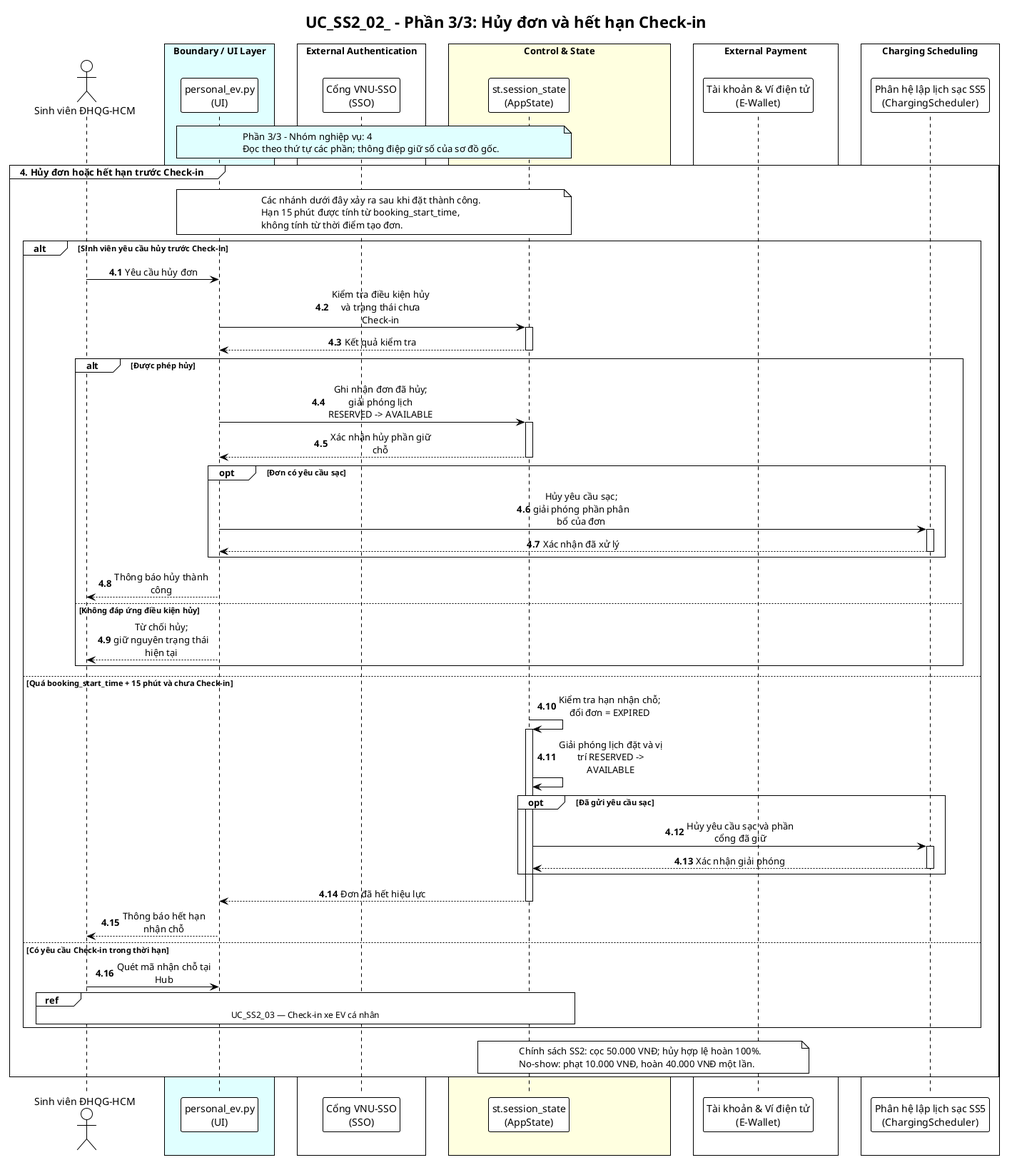
This is docs/diagrams/Use-case detail-scenario/SS2/Sequence diagrams/UC_SS2_02_NguyenAnhTai_sequence_p3.png from Dat-nguyen195/BTL_1_CNPM, a PlantUML export, as it was before one commit. Its diagram source:
```plantuml
@startuml UC_SS2_02_NguyenAnhTai_sequence_p3
!pragma layout smetana
!theme plain
skinparam sequenceMessageAlign center
skinparam maxMessageSize 150
skinparam BoxPadding 10

title "UC_SS2_02_ - Phần 3/3: Hủy đơn và hết hạn Check-in"


actor "Sinh viên ĐHQG-HCM" as Student
box "Boundary / UI Layer" #LightCyan
participant "personal_ev.py\n(UI)" as UI
end box
box "External Authentication" #White
participant "Cổng VNU-SSO\n(SSO)" as SSO
end box
box "Control & State" #LightYellow
participant "st.session_state\n(AppState)" as AppState
end box
box "External Payment" #White
participant "Tài khoản & Ví điện tử\n(E-Wallet)" as EWallet
end box
box "Charging Scheduling" #White
participant "Phân hệ lập lịch sạc SS5\n(ChargingScheduler)" as Scheduler
end box


note over UI, AppState #LightCyan
  Phần 3/3 - Nhóm nghiệp vụ: 4
  Đọc theo thứ tự các phần; thông điệp giữ số của sơ đồ gốc.
end note
autonumber 4.1
group 4. Hủy đơn hoặc hết hạn trước Check-in
    note over UI, AppState
        Các nhánh dưới đây xảy ra sau khi đặt thành công.
        Hạn 15 phút được tính từ booking_start_time,
        không tính từ thời điểm tạo đơn.
    end note

    alt Sinh viên yêu cầu hủy trước Check-in
        Student -> UI: Yêu cầu hủy đơn
        UI -> AppState: Kiểm tra điều kiện hủy và trạng thái chưa Check-in
        activate AppState
        AppState --> UI: Kết quả kiểm tra
        deactivate AppState

        alt Được phép hủy
            UI -> AppState: Ghi nhận đơn đã hủy;\ngiải phóng lịch RESERVED -> AVAILABLE
            activate AppState
            AppState --> UI: Xác nhận hủy phần giữ chỗ
            deactivate AppState
            opt Đơn có yêu cầu sạc
                UI -> Scheduler: Hủy yêu cầu sạc;\ngiải phóng phần phân bổ của đơn
                activate Scheduler
                Scheduler --> UI: Xác nhận đã xử lý
                deactivate Scheduler
            end
            UI --> Student: Thông báo hủy thành công
        else Không đáp ứng điều kiện hủy
            UI --> Student: Từ chối hủy;\ngiữ nguyên trạng thái hiện tại
        end

    else Quá booking_start_time + 15 phút và chưa Check-in
        AppState -> AppState: Kiểm tra hạn nhận chỗ;\nđổi đơn = EXPIRED
        activate AppState
        AppState -> AppState: Giải phóng lịch đặt và vị trí RESERVED -> AVAILABLE
        opt Đã gửi yêu cầu sạc
            AppState -> Scheduler: Hủy yêu cầu sạc và phần cổng đã giữ
            activate Scheduler
            Scheduler --> AppState: Xác nhận giải phóng
            deactivate Scheduler
        end
        AppState --> UI: Đơn đã hết hiệu lực
        deactivate AppState
        UI --> Student: Thông báo hết hạn nhận chỗ

    else Có yêu cầu Check-in trong thời hạn
        Student -> UI: Quét mã nhận chỗ tại Hub
        ref over Student, UI, AppState
            UC_SS2_03 — Check-in xe EV cá nhân
        end ref
    end

    note over AppState, EWallet
        Chính sách SS2: cọc 50.000 VNĐ; hủy hợp lệ hoàn 100%.
        No-show: phạt 10.000 VNĐ, hoàn 40.000 VNĐ một lần.
    end note
end
@enduml
```
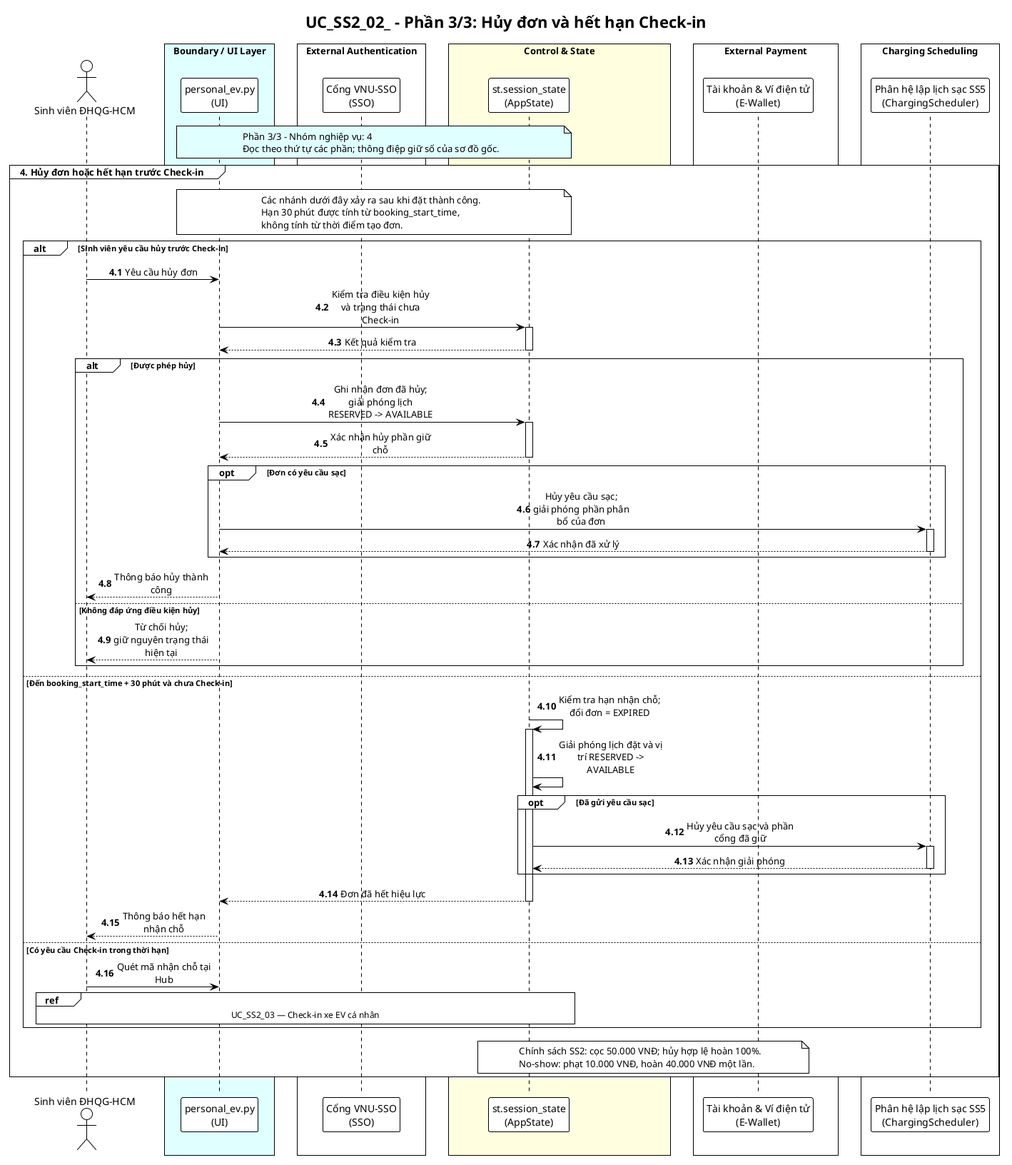
Later version of the same file.

The edit, as a diff of the source:
```diff
@@ -34,7 +34,7 @@
 group 4. Hủy đơn hoặc hết hạn trước Check-in
     note over UI, AppState
         Các nhánh dưới đây xảy ra sau khi đặt thành công.
-        Hạn 15 phút được tính từ booking_start_time,
+        Hạn 30 phút được tính từ booking_start_time,
         không tính từ thời điểm tạo đơn.
     end note
 
@@ -61,7 +61,7 @@
             UI --> Student: Từ chối hủy;\ngiữ nguyên trạng thái hiện tại
         end
 
-    else Quá booking_start_time + 15 phút và chưa Check-in
+    else Đến booking_start_time + 30 phút và chưa Check-in
         AppState -> AppState: Kiểm tra hạn nhận chỗ;\nđổi đơn = EXPIRED
         activate AppState
         AppState -> AppState: Giải phóng lịch đặt và vị trí RESERVED -> AVAILABLE
```
